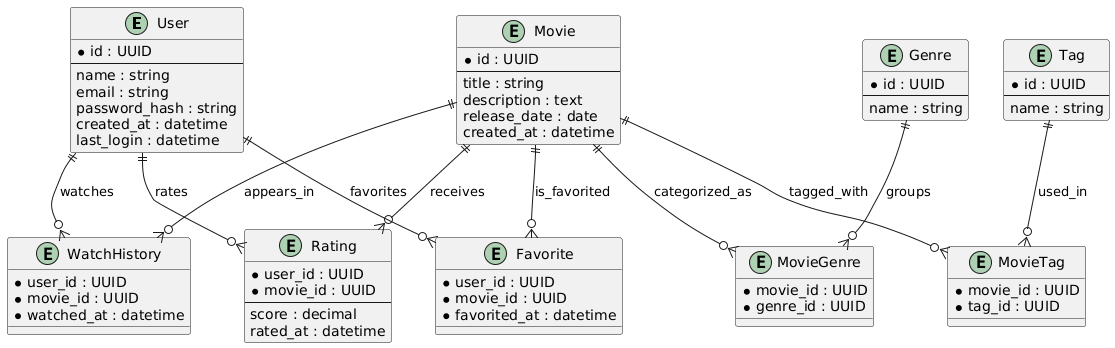
Before: docs/ERD.png, a diagram exported from PlantUML (blip-cmd/alx-project-nexus).
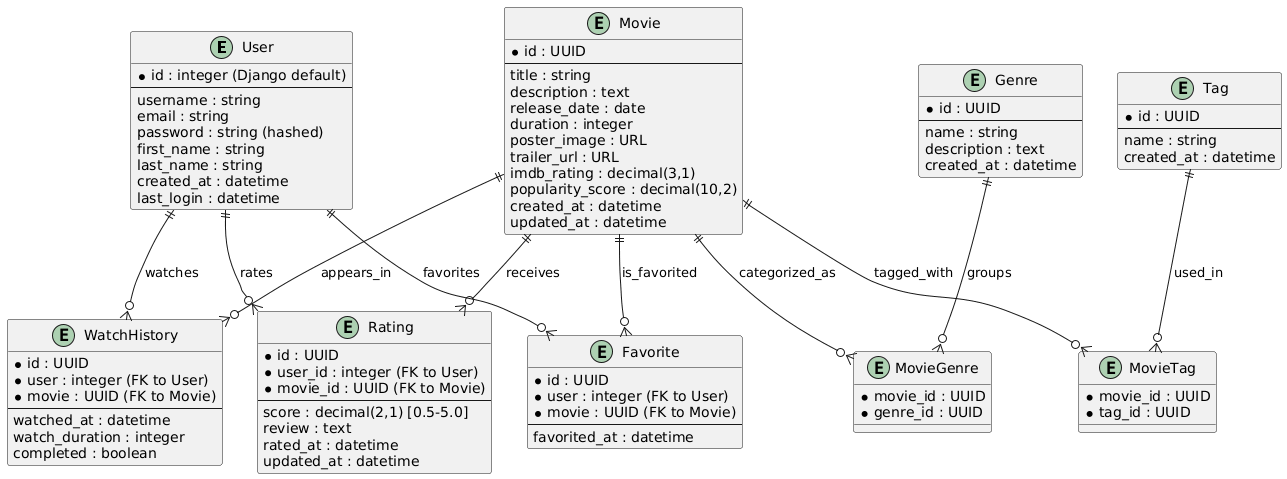
The same diagram one commit later.

Commit message:
feat: Update ERD to reflect changes in User, Movie, Rating, WatchHistory, Favorite, Genre, and Tag entities

What changed in the source:
```diff
@@ -1,10 +1,12 @@
 @startuml
 entity User {
-  *id : UUID
+  *id : integer (Django default)
   --
-  name : string
+  username : string
   email : string
-  password_hash : string
+  password : string (hashed)
+  first_name : string
+  last_name : string
   created_at : datetime
   last_login : datetime
 }
@@ -15,13 +17,21 @@
   title : string
   description : text
   release_date : date
+  duration : integer
+  poster_image : URL
+  trailer_url : URL
+  imdb_rating : decimal(3,1)
+  popularity_score : decimal(10,2)
   created_at : datetime
+  updated_at : datetime
 }
 
 entity Genre {
   *id : UUID
   --
   name : string
+  description : text
+  created_at : datetime
 }
 
 entity MovieGenre {
@@ -30,29 +40,39 @@
 }
 
 entity Rating {
-  *user_id : UUID
-  *movie_id : UUID
+  *id : UUID
+  *user_id : integer (FK to User)
+  *movie_id : UUID (FK to Movie)
   --
-  score : decimal
+  score : decimal(2,1) [0.5-5.0]
+  review : text
   rated_at : datetime
+  updated_at : datetime
 }
 
 entity WatchHistory {
-  *user_id : UUID
-  *movie_id : UUID
-  *watched_at : datetime
+  *id : UUID
+  *user : integer (FK to User)
+  *movie : UUID (FK to Movie)
+  --
+  watched_at : datetime
+  watch_duration : integer
+  completed : boolean
 }
 
 entity Favorite {
-  *user_id : UUID
-  *movie_id : UUID
-  *favorited_at : datetime
+  *id : UUID
+  *user : integer (FK to User)
+  *movie : UUID (FK to Movie)
+  --
+  favorited_at : datetime
 }
 
 entity Tag {
   *id : UUID
   --
   name : string
+  created_at : datetime
 }
 
 entity MovieTag {
```
